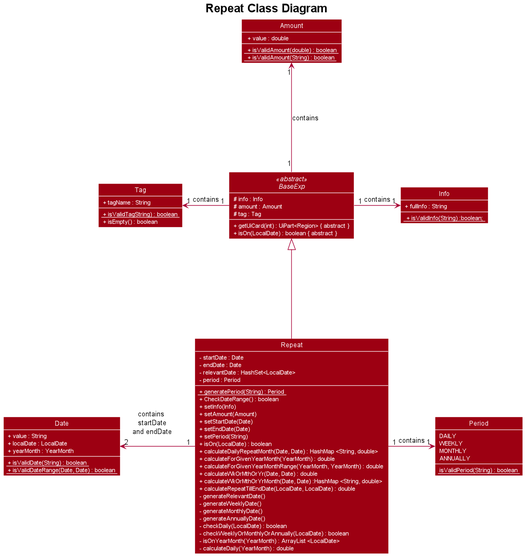
Above: images/repeatClassDiagram.png in AY1920S2-CS2103T-T10-3/main (PlantUML), before the change.
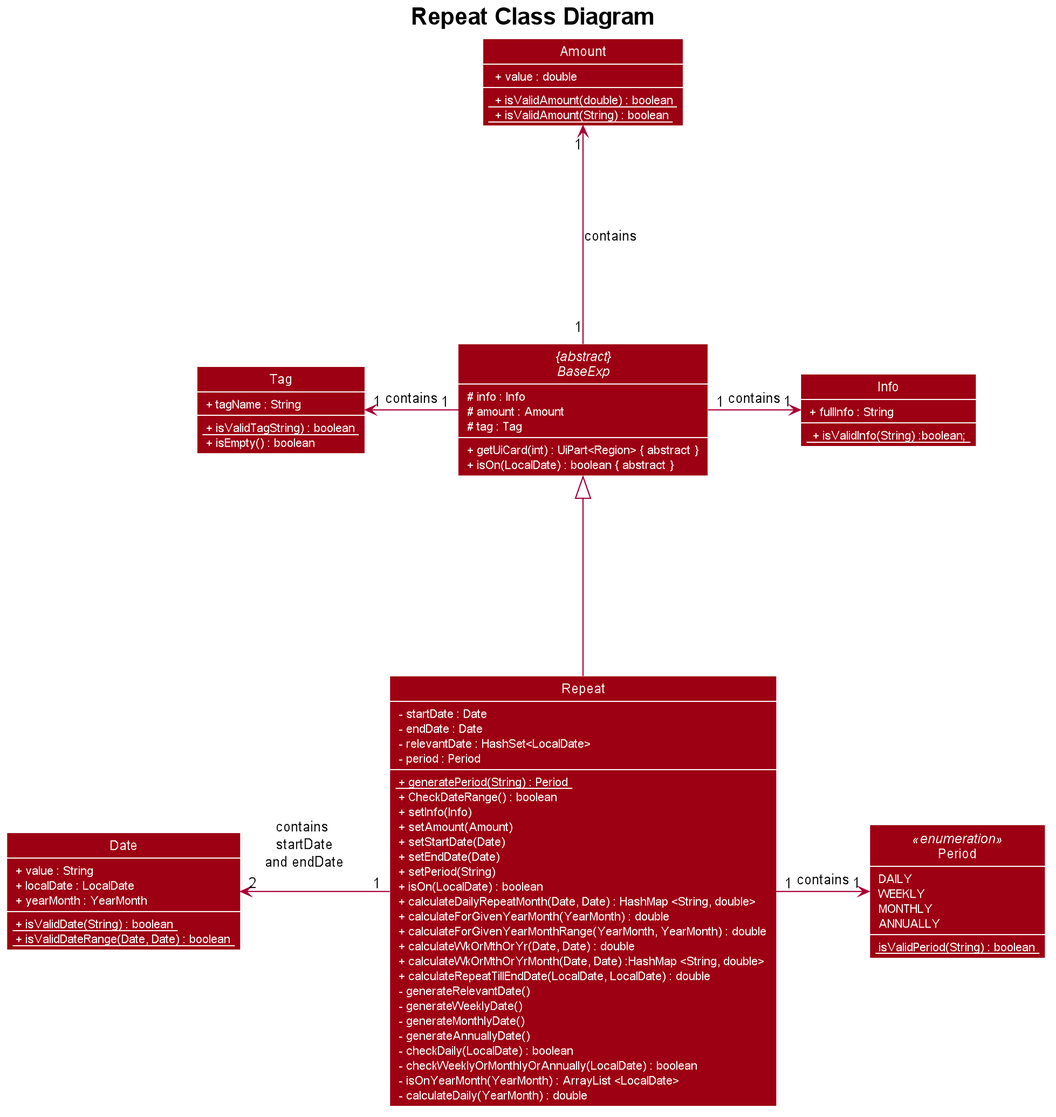
After the change.

Diff of the diagram source:
```diff
@@ -59,13 +59,13 @@
 show method
 show field
 
-abstract class BaseExp <<abstract>>
+abstract class "{abstract}\nBaseExp" as BaseExp
 class Repeat
 class Info
 class Amount
 class Date
 class Tag
-enum Period
+enum Period <<enumeration>>
 
 class Info {
 
```
